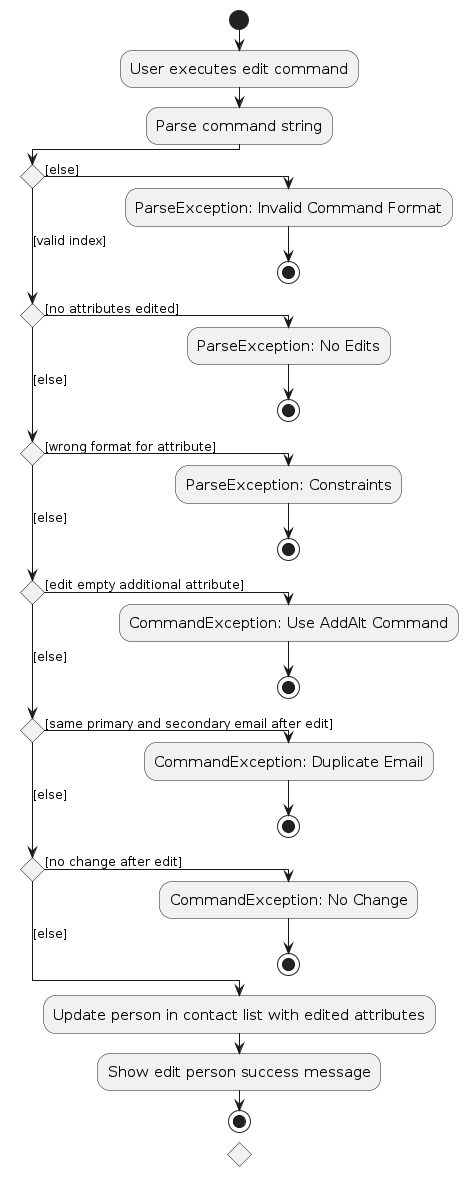
Before: diagrams/EditActivityDiagram.png, a diagram exported from PlantUML (kokrui/tp). Its source is kept beside it as diagrams/EditActivityDiagram.puml.
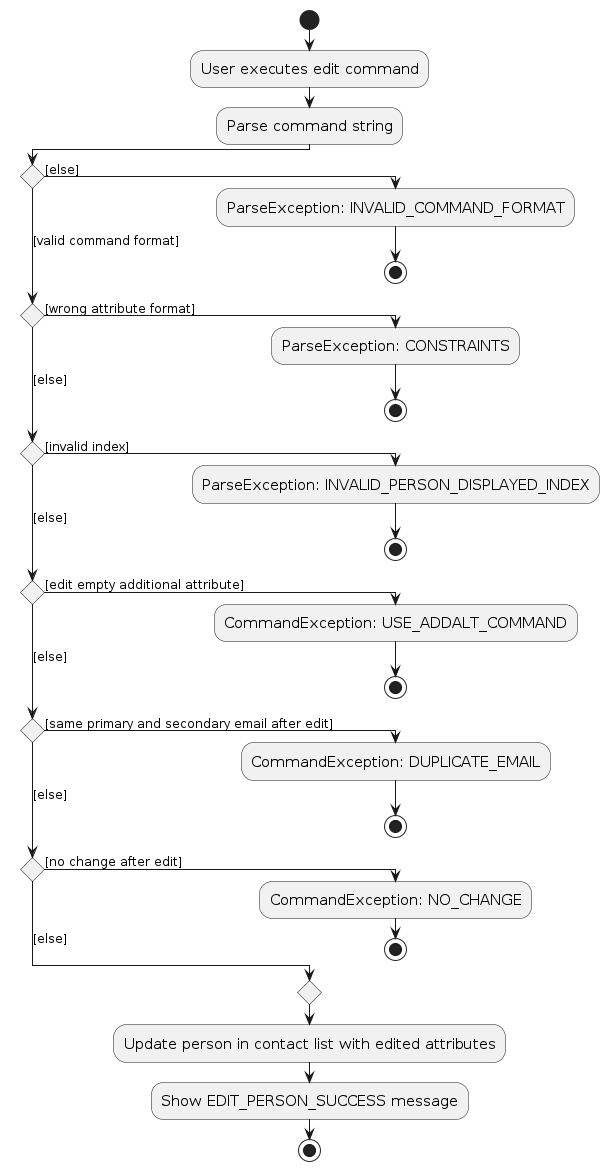
After the change.

Diff of the diagram source:
```diff
@@ -7,27 +7,27 @@
 :Parse command string;
 
 if () then ([else])
-    :ParseException: Invalid Command Format;
+    :ParseException: INVALID_COMMAND_FORMAT;
     stop
-([valid index]) elseif () then ([no attributes edited])
-    :ParseException: No Edits;
+([valid command format]) elseif () then ([wrong attribute format])
+    :ParseException: CONSTRAINTS;
     stop
-([else]) elseif () then ([wrong format for attribute])
-    :ParseException: Constraints;
+([else]) elseif () then ([invalid index])
+    :ParseException: INVALID_PERSON_DISPLAYED_INDEX;
     stop
 ([else]) elseif () then ([edit empty additional attribute])
-    :CommandException: Use AddAlt Command;
+    :CommandException: USE_ADDALT_COMMAND;
     stop
 ([else]) elseif () then ([same primary and secondary email after edit])
-    :CommandException: Duplicate Email;
+    :CommandException: DUPLICATE_EMAIL;
     stop
 ([else]) elseif () then ([no change after edit])
-    :CommandException: No Change;
+    :CommandException: NO_CHANGE;
     stop
 else ([else])
-
+endif
 :Update person in contact list with edited attributes;
-:Show edit person success message;
+:Show EDIT_PERSON_SUCCESS message;
 
 stop
 @enduml
```
